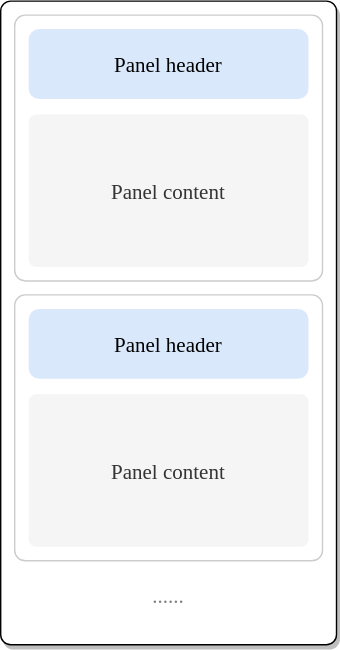
Earlier version of the draw.io export assets/panel-group.svg (TerryZ/v-layouts). Source tidied: cells renumbered, new cells last; positions are measured from the earlier drawing's top-left corner, leaving out a move shared by most shapes.
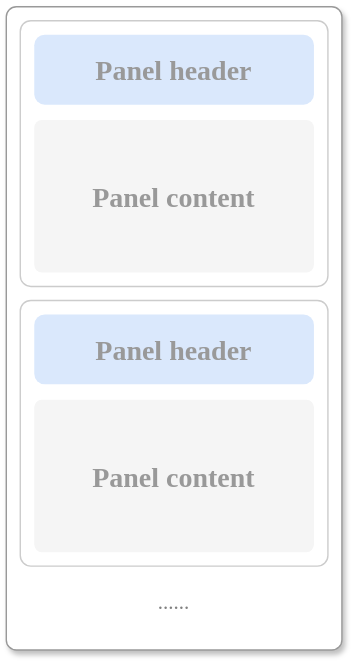
The same file after the commit.

The edit, as a diff of the source:
```diff
@@ -2,25 +2,25 @@
   <root>
     <mxCell id="0" />
     <mxCell id="1" parent="0" />
-    <mxCell id="2" style="rounded=1;whiteSpace=wrap;html=1;glass=0;sketch=0;shadow=1;arcSize=3;fontFamily=Verdana;fontSize=20;fontStyle=1;fontColor=#808080;" parent="1" vertex="1">
+    <mxCell id="2" style="rounded=1;whiteSpace=wrap;html=1;glass=0;sketch=0;shadow=1;arcSize=3;fontFamily=Verdana;fontSize=20;fontStyle=1;fontColor=#808080;strokeColor=#999999;" parent="1" vertex="1">
       <mxGeometry width="240" height="460" as="geometry" />
     </mxCell>
     <mxCell id="3" style="rounded=1;whiteSpace=wrap;html=1;shadow=0;glass=0;sketch=0;fontFamily=Verdana;fontSize=15;fontColor=#808080;fillColor=default;arcSize=4;strokeColor=#CCCCCC;" parent="1" vertex="1">
       <mxGeometry x="10" y="10" width="220" height="190" as="geometry" />
     </mxCell>
-    <mxCell id="4" value="Panel header" style="rounded=1;whiteSpace=wrap;html=1;shadow=0;glass=0;sketch=0;fontFamily=Verdana;fontSize=15;fillColor=#dae8fc;strokeColor=none;" parent="1" vertex="1">
+    <mxCell id="4" value="Panel header" style="rounded=1;whiteSpace=wrap;html=1;shadow=0;glass=0;sketch=0;fontFamily=Verdana;fontSize=20;fillColor=#dae8fc;strokeColor=none;fontStyle=1;fontColor=#999999;" parent="1" vertex="1">
       <mxGeometry x="20" y="20" width="200" height="50" as="geometry" />
     </mxCell>
-    <mxCell id="5" value="Panel content" style="rounded=1;whiteSpace=wrap;html=1;shadow=0;glass=0;sketch=0;fontFamily=Verdana;fontSize=15;fontColor=#333333;fillColor=#f5f5f5;arcSize=5;strokeColor=none;" parent="1" vertex="1">
+    <mxCell id="5" value="Panel content" style="rounded=1;whiteSpace=wrap;html=1;shadow=0;glass=0;sketch=0;fontFamily=Verdana;fontSize=20;fontColor=#999999;fillColor=#f5f5f5;arcSize=5;strokeColor=none;fontStyle=1;" parent="1" vertex="1">
       <mxGeometry x="20" y="81" width="200" height="109" as="geometry" />
     </mxCell>
     <mxCell id="6" style="rounded=1;whiteSpace=wrap;html=1;shadow=0;glass=0;sketch=0;fontFamily=Verdana;fontSize=15;fontColor=#808080;fillColor=default;arcSize=4;strokeColor=#CCCCCC;" parent="1" vertex="1">
       <mxGeometry x="10" y="210" width="220" height="190" as="geometry" />
     </mxCell>
-    <mxCell id="7" value="Panel header" style="rounded=1;whiteSpace=wrap;html=1;shadow=0;glass=0;sketch=0;fontFamily=Verdana;fontSize=15;fillColor=#dae8fc;strokeColor=none;" parent="1" vertex="1">
+    <mxCell id="7" value="Panel header" style="rounded=1;whiteSpace=wrap;html=1;shadow=0;glass=0;sketch=0;fontFamily=Verdana;fontSize=20;fillColor=#dae8fc;strokeColor=none;fontStyle=1;fontColor=#999999;" parent="1" vertex="1">
       <mxGeometry x="20" y="220" width="200" height="50" as="geometry" />
     </mxCell>
-    <mxCell id="8" value="Panel content" style="rounded=1;whiteSpace=wrap;html=1;shadow=0;glass=0;sketch=0;fontFamily=Verdana;fontSize=15;fontColor=#333333;fillColor=#f5f5f5;arcSize=5;strokeColor=none;" parent="1" vertex="1">
+    <mxCell id="8" value="Panel content" style="rounded=1;whiteSpace=wrap;html=1;shadow=0;glass=0;sketch=0;fontFamily=Verdana;fontSize=20;fontColor=#999999;fillColor=#f5f5f5;arcSize=5;strokeColor=none;fontStyle=1;" parent="1" vertex="1">
       <mxGeometry x="20" y="281" width="200" height="109" as="geometry" />
     </mxCell>
     <mxCell id="9" value="......" style="text;html=1;strokeColor=none;fillColor=none;align=center;verticalAlign=middle;whiteSpace=wrap;rounded=0;shadow=0;glass=0;sketch=0;fontFamily=Verdana;fontSize=15;fontColor=#808080;" parent="1" vertex="1">
```
